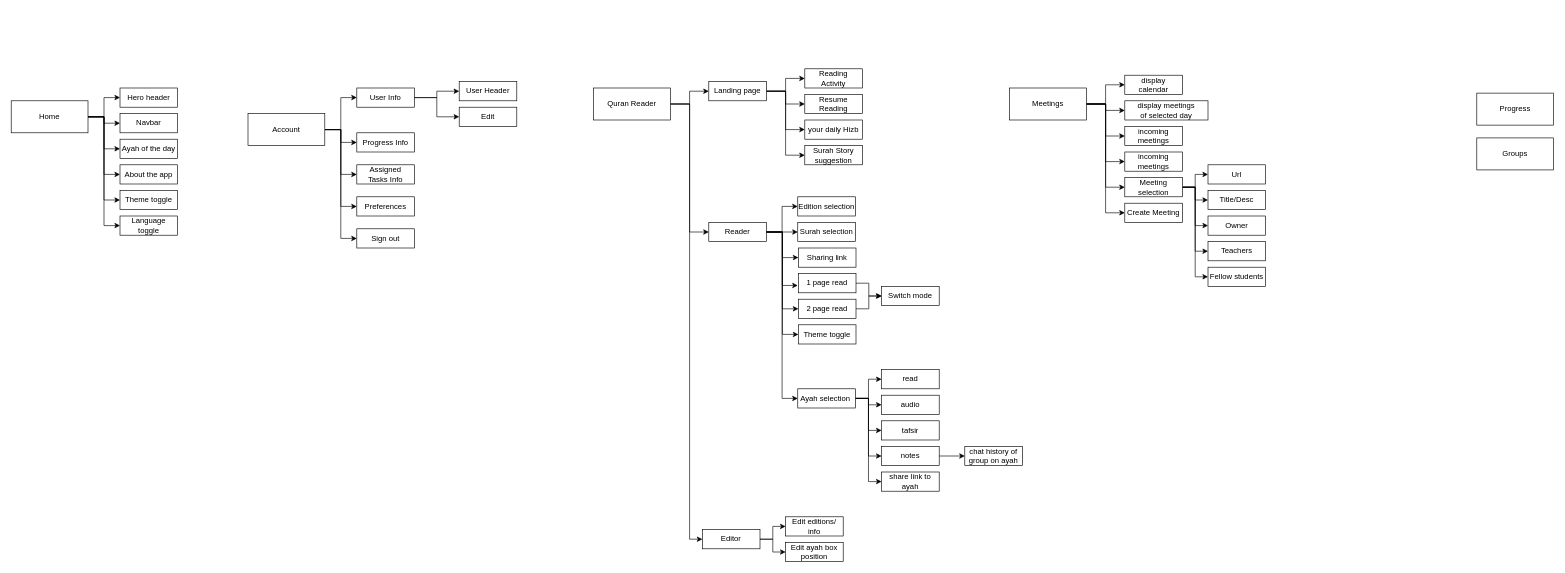
Above: docs/UI_pages.drawio in daJster/othman-app (draw.io), before the change. Source tidied: cells renumbered, new cells numbered last; positions are measured from the earlier drawing's top-left corner, leaving out a move shared by most shapes. Both pictures are drawn from the tidied source at 64%, with x=0, y=0 at pixel (11, 68).
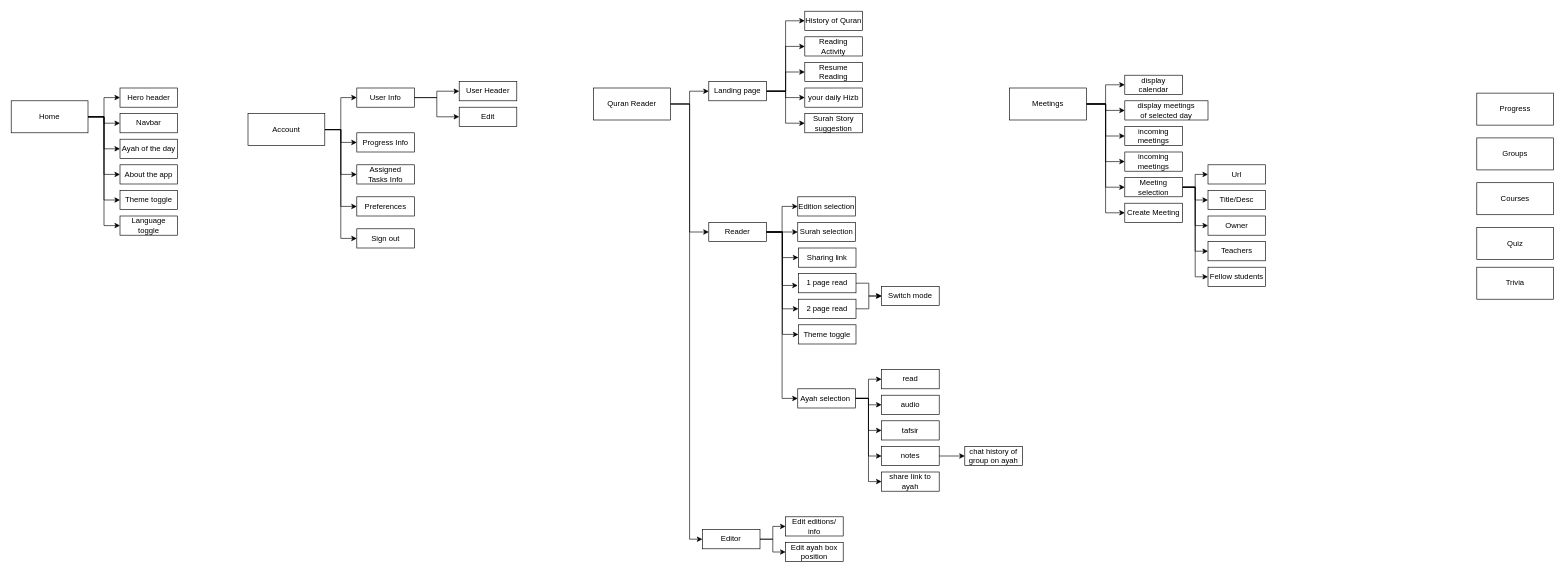
The same diagram, later.

The change refers to these unchanged cells:
```xml
<mxCell id="45" value="Landing page" style="rounded=0;whiteSpace=wrap;html=1;" parent="1" vertex="1">
  <mxGeometry x="1090" y="20" width="90" height="30" as="geometry" />
</mxCell>
```

The edit, as a diff of the source:
```diff
@@
-    <mxCell id="41" style="edgeStyle=orthogonalEdgeStyle;rounded=0;jettySize=auto;html=1;defaultLabelBackgroundColor=page;" parent="1" edge="1" source="45" target="46">
-      <mxGeometry relative="1" as="geometry" />
-    </mxCell>
@@
+    <mxCell id="41" style="edgeStyle=orthogonalEdgeStyle;rounded=0;jettySize=auto;html=1;entryX=0;entryY=0.5;entryDx=0;entryDy=0;defaultLabelBackgroundColor=page;" parent="1" edge="1" source="45" target="46">
+      <mxGeometry relative="1" as="geometry" />
+    </mxCell>
+    <mxCell id="103" style="edgeStyle=orthogonalEdgeStyle;rounded=0;jettySize=auto;html=1;entryX=0;entryY=0.5;entryDx=0;entryDy=0;defaultLabelBackgroundColor=page;" parent="1" edge="1" source="45" target="104">
+      <mxGeometry relative="1" as="geometry" />
+    </mxCell>
@@
     <mxCell id="46" value="Reading &lt;br&gt;Activity" style="rounded=0;whiteSpace=wrap;html=1;" parent="1" vertex="1">
-      <mxGeometry x="1240" width="90" height="30" as="geometry" />
+      <mxGeometry x="1240" y="-50" width="90" height="30" as="geometry" />
     </mxCell>
     <mxCell id="47" value="Resume&lt;br&gt;Reading" style="rounded=0;whiteSpace=wrap;html=1;" parent="1" vertex="1">
-      <mxGeometry x="1240" y="40" width="90" height="30" as="geometry" />
+      <mxGeometry x="1240" y="-10" width="90" height="30" as="geometry" />
     </mxCell>
     <mxCell id="48" value="your daily Hizb" style="rounded=0;whiteSpace=wrap;html=1;" parent="1" vertex="1">
-      <mxGeometry x="1240" y="80" width="90" height="30" as="geometry" />
+      <mxGeometry x="1240" y="30" width="90" height="30" as="geometry" />
     </mxCell>
     <mxCell id="49" value="Surah Story suggestion" style="rounded=0;whiteSpace=wrap;html=1;" parent="1" vertex="1">
-      <mxGeometry x="1240" y="120" width="90" height="30" as="geometry" />
+      <mxGeometry x="1240" y="70" width="90" height="30" as="geometry" />
     </mxCell>
@@
+    <mxCell id="104" value="History of Quran" style="rounded=0;whiteSpace=wrap;html=1;" parent="1" vertex="1">
+      <mxGeometry x="1240" y="-90" width="90" height="30" as="geometry" />
+    </mxCell>
+    <mxCell id="105" value="Courses" style="rounded=0;whiteSpace=wrap;html=1;" parent="1" vertex="1">
+      <mxGeometry x="2290" y="178" width="120" height="50" as="geometry" />
+    </mxCell>
+    <mxCell id="106" value="Quiz" style="rounded=0;whiteSpace=wrap;html=1;" parent="1" vertex="1">
+      <mxGeometry x="2290" y="248" width="120" height="50" as="geometry" />
+    </mxCell>
+    <mxCell id="107" value="Trivia" style="rounded=0;whiteSpace=wrap;html=1;" parent="1" vertex="1">
+      <mxGeometry x="2290" y="310" width="120" height="50" as="geometry" />
+    </mxCell>
```
